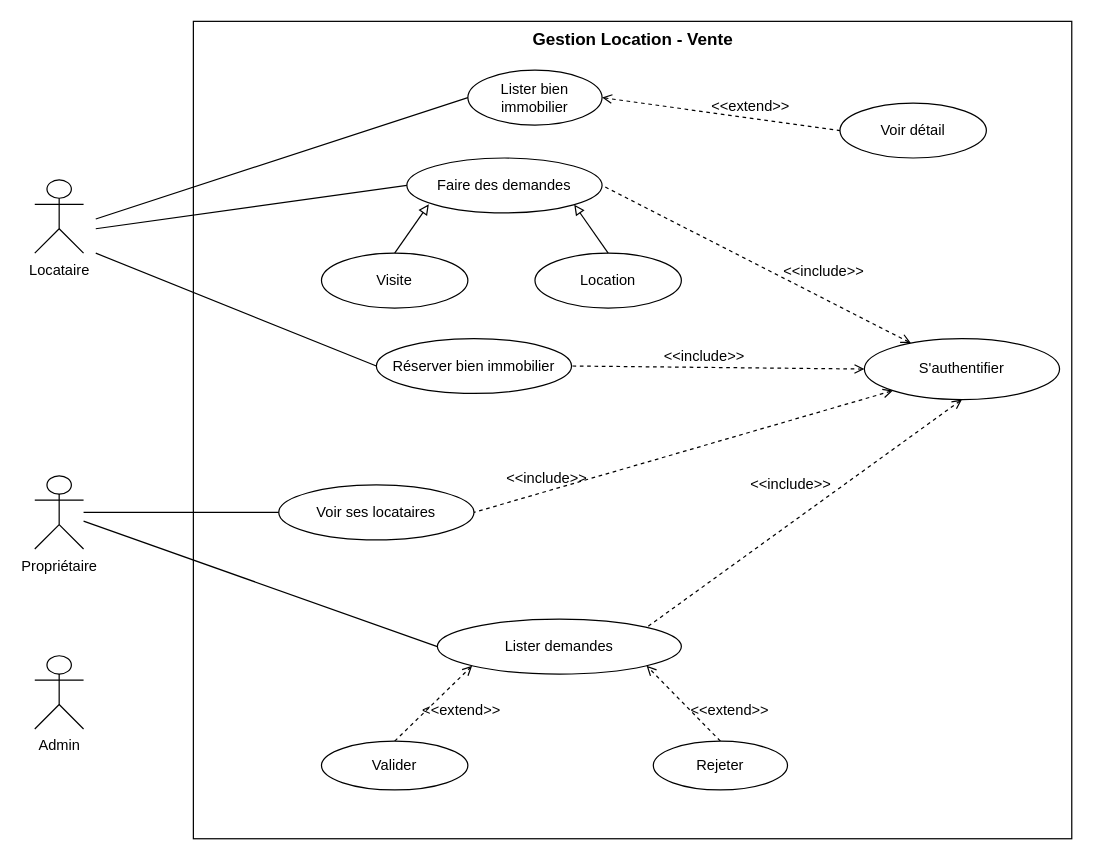
Tussa-D/diagramme_mrm keeps this draw.io diagram as Gestion Location - Vente.drawio. Above is the earlier version. Source tidied: cells renumbered, new cells numbered last; positions are measured from the earlier drawing's top-left corner, leaving out a move shared by most shapes. Both pictures are drawn from the tidied source at 122%, with x=0, y=0 at pixel (34, 21).
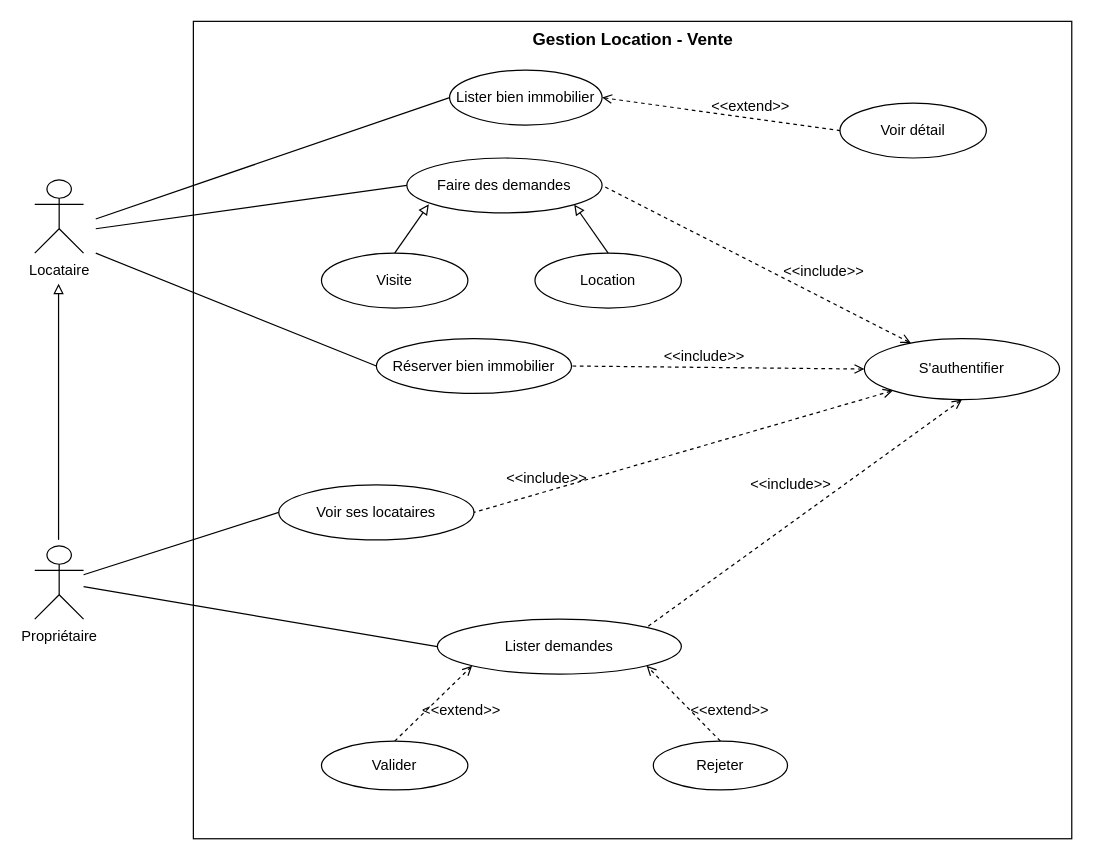
The same page after the edit.

Commit message:
use case Gestion Location - Vente.drawio

What changed in the source:
```diff
@@
     <mxCell id="7" value="Lister bien immobilier" style="ellipse;whiteSpace=wrap;html=1;" parent="1" vertex="1">
-      <mxGeometry x="355" y="40" width="110" height="45" as="geometry" />
+      <mxGeometry x="340" y="40" width="125" height="45" as="geometry" />
     </mxCell>
@@
+    <mxCell id="39" style="edgeStyle=orthogonalEdgeStyle;rounded=0;orthogonalLoop=1;jettySize=auto;html=1;exitX=0.5;exitY=0;exitDx=0;exitDy=0;exitPerimeter=0;endArrow=block;endFill=0;" parent="1" edge="1">
+      <mxGeometry relative="1" as="geometry">
+        <mxPoint x="19.5" y="425" as="sourcePoint" />
+        <mxPoint x="19.5" y="215" as="targetPoint" />
+      </mxGeometry>
+    </mxCell>
     <mxCell id="20" value="Propriétaire" style="shape=umlActor;verticalLabelPosition=bottom;verticalAlign=top;html=1;outlineConnect=0;" parent="1" vertex="1">
-      <mxGeometry y="372.5" width="40" height="60" as="geometry" />
+      <mxGeometry y="430" width="40" height="60" as="geometry" />
     </mxCell>
-    <mxCell id="21" value="Admin" style="shape=umlActor;verticalLabelPosition=bottom;verticalAlign=top;html=1;" parent="1" vertex="1">
-      <mxGeometry y="520" width="40" height="60" as="geometry" />
-    </mxCell>
```
